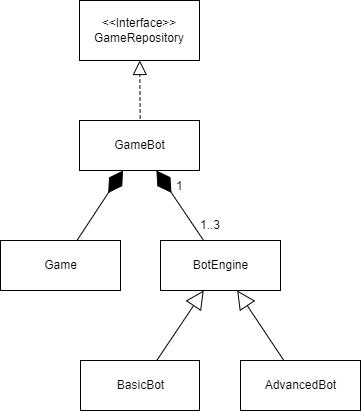
Earlier version of the draw.io export img/bot-client.png (adbednarz/engenering-thesis). Source tidied: cells renumbered, new cells last; positions are measured from the earlier drawing's top-left corner, leaving out a move shared by most shapes. Its diagram source:
```xml
<mxGraphModel>
  <root>
    <mxCell id="0" />
    <mxCell id="1" parent="0" />
    <mxCell id="2" value="&amp;lt;&amp;lt;Interface&amp;gt;&amp;gt;&lt;br&gt;GameRepository" style="rounded=0;whiteSpace=wrap;html=1;" parent="1" vertex="1">
      <mxGeometry x="79" width="120" height="60" as="geometry" />
    </mxCell>
    <mxCell id="3" style="endArrow=block;dashed=1;endFill=0;endSize=12;html=1;rounded=0;" parent="1" edge="1" target="2">
      <mxGeometry relative="1" as="geometry">
        <mxPoint x="140" y="160" as="sourcePoint" />
      </mxGeometry>
    </mxCell>
    <mxCell id="4" value="GameBot" style="html=1;" parent="1" vertex="1">
      <mxGeometry x="79" y="120" width="120" height="50" as="geometry" />
    </mxCell>
    <mxCell id="5" style="endArrow=diamondThin;endFill=1;endSize=24;html=1;rounded=0;" parent="1" edge="1" source="6" target="4">
      <mxGeometry relative="1" as="geometry" />
    </mxCell>
    <mxCell id="6" value="Game" style="html=1;" parent="1" vertex="1">
      <mxGeometry y="240" width="120" height="50" as="geometry" />
    </mxCell>
    <mxCell id="7" value="BotEngine" style="html=1;" parent="1" vertex="1">
      <mxGeometry x="160" y="240" width="120" height="50" as="geometry" />
    </mxCell>
    <mxCell id="8" style="endArrow=diamondThin;endFill=1;endSize=24;html=1;rounded=0;" parent="1" edge="1" source="7" target="4">
      <mxGeometry relative="1" as="geometry" />
    </mxCell>
    <mxCell id="9" style="endArrow=block;endSize=16;endFill=0;html=1;rounded=0;" parent="1" edge="1" source="11" target="7">
      <mxGeometry relative="1" as="geometry" />
    </mxCell>
    <mxCell id="10" style="endArrow=block;endSize=16;endFill=0;html=1;rounded=0;" parent="1" edge="1" source="12" target="7">
      <mxGeometry relative="1" as="geometry" />
    </mxCell>
    <mxCell id="11" value="BasicBot" style="html=1;" parent="1" vertex="1">
      <mxGeometry x="80" y="360" width="119" height="50" as="geometry" />
    </mxCell>
    <mxCell id="12" value="AdvancedBot&lt;br&gt;" style="html=1;" parent="1" vertex="1">
      <mxGeometry x="240" y="360" width="120" height="50" as="geometry" />
    </mxCell>
    <mxCell id="13" value="1" style="text;strokeColor=none;fillColor=none;align=left;verticalAlign=middle;spacingLeft=4;spacingRight=4;overflow=hidden;" parent="1" vertex="1">
      <mxGeometry x="170" y="170" width="20" height="30" as="geometry" />
    </mxCell>
    <mxCell id="14" value="1..3" style="text;html=1;strokeColor=none;fillColor=none;align=center;verticalAlign=middle;whiteSpace=wrap;rounded=0;" parent="1" vertex="1">
      <mxGeometry x="180" y="210" width="60" height="30" as="geometry" />
    </mxCell>
  </root>
</mxGraphModel>
```
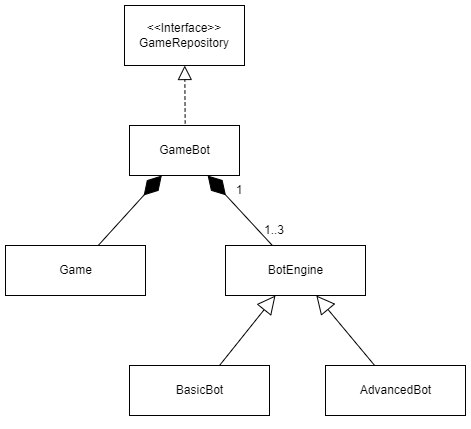
After the change.

Diff of the diagram source:
```diff
@@ -3,45 +3,50 @@
     <mxCell id="0" />
     <mxCell id="1" parent="0" />
     <mxCell id="2" value="&amp;lt;&amp;lt;Interface&amp;gt;&amp;gt;&lt;br&gt;GameRepository" style="rounded=0;whiteSpace=wrap;html=1;" parent="1" vertex="1">
-      <mxGeometry x="79" width="120" height="60" as="geometry" />
+      <mxGeometry x="-321" width="120" height="60" as="geometry" />
     </mxCell>
-    <mxCell id="3" style="endArrow=block;dashed=1;endFill=0;endSize=12;html=1;rounded=0;" parent="1" edge="1" target="2">
-      <mxGeometry relative="1" as="geometry">
-        <mxPoint x="140" y="160" as="sourcePoint" />
-      </mxGeometry>
-    </mxCell>
+    <mxCell id="15" style="endArrow=block;dashed=1;endFill=0;endSize=12;html=1;rounded=0;" parent="1" edge="1" target="2">
+      <mxGeometry relative="1" as="geometry">
+        <mxPoint x="-260" y="160" as="sourcePoint" />
+      </mxGeometry>
+    </mxCell>
     <mxCell id="4" value="GameBot" style="html=1;" parent="1" vertex="1">
-      <mxGeometry x="79" y="120" width="120" height="50" as="geometry" />
+      <mxGeometry x="-316" y="120" width="110" height="50" as="geometry" />
     </mxCell>
     <mxCell id="5" style="endArrow=diamondThin;endFill=1;endSize=24;html=1;rounded=0;" parent="1" edge="1" source="6" target="4">
       <mxGeometry relative="1" as="geometry" />
     </mxCell>
     <mxCell id="6" value="Game" style="html=1;" parent="1" vertex="1">
-      <mxGeometry y="240" width="120" height="50" as="geometry" />
+      <mxGeometry x="-440" y="240" width="140" height="50" as="geometry" />
     </mxCell>
-    <mxCell id="7" value="BotEngine" style="html=1;" parent="1" vertex="1">
-      <mxGeometry x="160" y="240" width="120" height="50" as="geometry" />
-    </mxCell>
-    <mxCell id="8" style="endArrow=diamondThin;endFill=1;endSize=24;html=1;rounded=0;" parent="1" edge="1" source="7" target="4">
-      <mxGeometry relative="1" as="geometry" />
-    </mxCell>
-    <mxCell id="9" style="endArrow=block;endSize=16;endFill=0;html=1;rounded=0;" parent="1" edge="1" source="11" target="7">
-      <mxGeometry relative="1" as="geometry" />
-    </mxCell>
-    <mxCell id="10" style="endArrow=block;endSize=16;endFill=0;html=1;rounded=0;" parent="1" edge="1" source="12" target="7">
-      <mxGeometry relative="1" as="geometry" />
-    </mxCell>
+    <mxCell id="16" value="BotEngine&lt;span style=&quot;color: rgba(0 , 0 , 0 , 0) ; font-family: monospace ; font-size: 0px&quot;&gt;%3CmxGraphModel%3E%3Croot%3E%3CmxCell%20id%3D%220%22%2F%3E%3CmxCell%20id%3D%221%22%20parent%3D%220%22%2F%3E%3CmxCell%20id%3D%222%22%20value%3D%22%26amp%3Blt%3B%26amp%3Blt%3BInterface%26amp%3Bgt%3B%26amp%3Bgt%3B%26lt%3Bbr%26gt%3BAuthRepository%22%20style%3D%22rounded%3D0%3BwhiteSpace%3Dwrap%3Bhtml%3D1%3B%22%20vertex%3D%221%22%20parent%3D%221%22%3E%3CmxGeometry%20x%3D%22279%22%20y%3D%22120%22%20width%3D%22120%22%20height%3D%2260%22%20as%3D%22geometry%22%2F%3E%3C%2FmxCell%3E%3CmxCell%20id%3D%223%22%20value%3D%22%22%20style%3D%22endArrow%3Dblock%3Bdashed%3D1%3BendFill%3D0%3BendSize%3D12%3Bhtml%3D1%3Brounded%3D0%3B%22%20edge%3D%221%22%20target%3D%222%22%20parent%3D%221%22%3E%3CmxGeometry%20width%3D%22160%22%20relative%3D%221%22%20as%3D%22geometry%22%3E%3CmxPoint%20x%3D%22340%22%20y%3D%22280%22%20as%3D%22sourcePoint%22%2F%3E%3CmxPoint%20x%3D%22460%22%20y%3D%22360%22%20as%3D%22targetPoint%22%2F%3E%3C%2FmxGeometry%3E%3C%2FmxCell%3E%3CmxCell%20id%3D%224%22%20value%3D%22AuthFirebase%22%20style%3D%22html%3D1%3B%22%20vertex%3D%221%22%20parent%3D%221%22%3E%3CmxGeometry%20x%3D%22284%22%20y%3D%22240%22%20width%3D%22110%22%20height%3D%2250%22%20as%3D%22geometry%22%2F%3E%3C%2FmxCell%3E%3CmxCell%20id%3D%225%22%20value%3D%22%22%20style%3D%22endArrow%3DdiamondThin%3BendFill%3D0%3BendSize%3D24%3Bhtml%3D1%3Brounded%3D0%3BexitX%3D0.25%3BexitY%3D0%3BexitDx%3D0%3BexitDy%3D0%3B%22%20edge%3D%221%22%20source%3D%228%22%20target%3D%224%22%20parent%3D%221%22%3E%3CmxGeometry%20width%3D%22160%22%20relative%3D%221%22%20as%3D%22geometry%22%3E%3CmxPoint%20x%3D%2250%22%20y%3D%22320%22%20as%3D%22sourcePoint%22%2F%3E%3CmxPoint%20x%3D%22210%22%20y%3D%22320%22%20as%3D%22targetPoint%22%2F%3E%3C%2FmxGeometry%3E%3C%2FmxCell%3E%3CmxCell%20id%3D%226%22%20value%3D%22%22%20style%3D%22endArrow%3DdiamondThin%3BendFill%3D1%3BendSize%3D24%3Bhtml%3D1%3Brounded%3D0%3B%22%20edge%3D%221%22%20source%3D%227%22%20target%3D%224%22%20parent%3D%221%22%3E%3CmxGeometry%20width%3D%22160%22%20relative%3D%221%22%20as%3D%22geometry%22%3E%3CmxPoint%20x%3D%22530%22%20y%3D%22590%22%20as%3D%22sourcePoint%22%2F%3E%3CmxPoint%20x%3D%22690%22%20y%3D%22590%22%20as%3D%22targetPoint%22%2F%3E%3C%2FmxGeometry%3E%3C%2FmxCell%3E%3CmxCell%20id%3D%227%22%20value%3D%22AuthenticationProvider%22%20style%3D%22html%3D1%3B%22%20vertex%3D%221%22%20parent%3D%221%22%3E%3CmxGeometry%20x%3D%22160%22%20y%3D%22360%22%20width%3D%22140%22%20height%3D%2250%22%20as%3D%22geometry%22%2F%3E%3C%2FmxCell%3E%3CmxCell%20id%3D%228%22%20value%3D%22FirestoreProvider%22%20style%3D%22html%3D1%3B%22%20vertex%3D%221%22%20parent%3D%221%22%3E%3CmxGeometry%20x%3D%22380%22%20y%3D%22360%22%20width%3D%22140%22%20height%3D%2250%22%20as%3D%22geometry%22%2F%3E%3C%2FmxCell%3E%3C%2Froot%3E%3C%2FmxGraphModel%3E&lt;/span&gt;" style="html=1;" parent="1" vertex="1">
+      <mxGeometry x="-220" y="240" width="140" height="50" as="geometry" />
+    </mxCell>
     <mxCell id="11" value="BasicBot" style="html=1;" parent="1" vertex="1">
-      <mxGeometry x="80" y="360" width="119" height="50" as="geometry" />
+      <mxGeometry x="-316" y="360" width="140" height="50" as="geometry" />
     </mxCell>
+    <mxCell id="17" style="edgeStyle=orthogonalEdgeStyle;rounded=0;jettySize=auto;html=1;exitX=0.5;exitY=1;exitDx=0;exitDy=0;" parent="1" edge="1" source="12">
+      <mxGeometry relative="1" as="geometry">
+        <mxPoint x="-50" y="410" as="targetPoint" />
+      </mxGeometry>
+    </mxCell>
-    <mxCell id="12" value="AdvancedBot&lt;br&gt;" style="html=1;" parent="1" vertex="1">
-      <mxGeometry x="240" y="360" width="120" height="50" as="geometry" />
+    <mxCell id="12" value="AdvancedBot" style="html=1;" parent="1" vertex="1">
+      <mxGeometry x="-120" y="360" width="140" height="50" as="geometry" />
     </mxCell>
-    <mxCell id="13" value="1" style="text;strokeColor=none;fillColor=none;align=left;verticalAlign=middle;spacingLeft=4;spacingRight=4;overflow=hidden;" parent="1" vertex="1">
-      <mxGeometry x="170" y="170" width="20" height="30" as="geometry" />
-    </mxCell>
+    <mxCell id="18" style="endArrow=block;endSize=16;endFill=0;html=1;rounded=0;" parent="1" edge="1" source="11" target="16">
+      <mxGeometry x="0.11" y="-20" relative="1" as="geometry" />
+    </mxCell>
+    <mxCell id="19" style="endArrow=block;endSize=16;endFill=0;html=1;rounded=0;" parent="1" edge="1" source="12" target="16">
+      <mxGeometry x="0.11" y="-20" relative="1" as="geometry" />
+    </mxCell>
+    <mxCell id="20" value="1&lt;span style=&quot;color: rgba(0 , 0 , 0 , 0) ; font-family: monospace ; font-size: 0px&quot;&gt;%3CmxGraphModel%3E%3Croot%3E%3CmxCell%20id%3D%220%22%2F%3E%3CmxCell%20id%3D%221%22%20parent%3D%220%22%2F%3E%3CmxCell%20id%3D%222%22%20value%3D%22%22%20style%3D%22endArrow%3Dblock%3BendSize%3D16%3BendFill%3D0%3Bhtml%3D1%3Brounded%3D0%3B%22%20edge%3D%221%22%20parent%3D%221%22%3E%3CmxGeometry%20x%3D%220.108%22%20y%3D%22-20%22%20width%3D%22160%22%20relative%3D%221%22%20as%3D%22geometry%22%3E%3CmxPoint%20x%3D%22375.81818181818176%22%20y%3D%22470%22%20as%3D%22sourcePoint%22%2F%3E%3CmxPoint%20x%3D%22428.18181818181824%22%20y%3D%22410%22%20as%3D%22targetPoint%22%2F%3E%3CmxPoint%20as%3D%22offset%22%2F%3E%3C%2FmxGeometry%3E%3C%2FmxCell%3E%3C%2Froot%3E%3C%2FmxGraphModel%3E&lt;/span&gt;" style="text;html=1;strokeColor=none;fillColor=none;align=center;verticalAlign=middle;whiteSpace=wrap;rounded=0;" parent="1" vertex="1">
+      <mxGeometry x="-236" y="170" width="60" height="30" as="geometry" />
+    </mxCell>
     <mxCell id="14" value="1..3" style="text;html=1;strokeColor=none;fillColor=none;align=center;verticalAlign=middle;whiteSpace=wrap;rounded=0;" parent="1" vertex="1">
-      <mxGeometry x="180" y="210" width="60" height="30" as="geometry" />
+      <mxGeometry x="-201" y="210" width="60" height="30" as="geometry" />
     </mxCell>
+    <mxCell id="21" style="endArrow=diamondThin;endFill=1;endSize=24;html=1;rounded=0;" parent="1" edge="1" source="16" target="4">
+      <mxGeometry relative="1" as="geometry" />
+    </mxCell>
   </root>
 </mxGraphModel>
```
